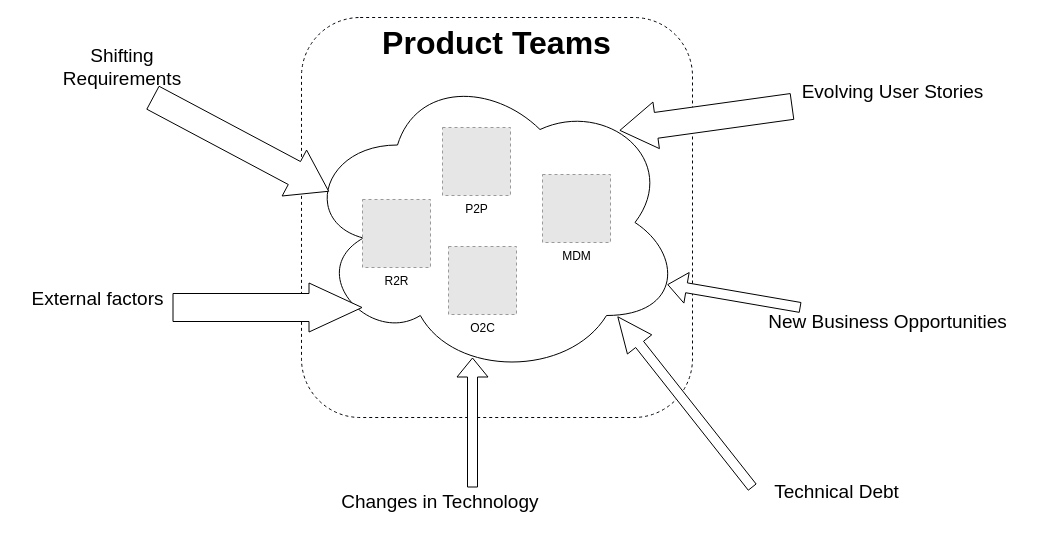
mrf742002/Diagrams keeps this draw.io diagram as page "Page-2" (2 of 2) of Architecture Governance.drawio. Above is the earlier version. Source tidied: cells renumbered, new cells numbered last; positions are measured from the earlier drawing's top-left corner, leaving out a move shared by most shapes. Both pictures are drawn from the tidied source at 100%, with x=0, y=0 at pixel (22, 17). Pictures stored in the file or linked from it are replaced by grey dashed boxes.
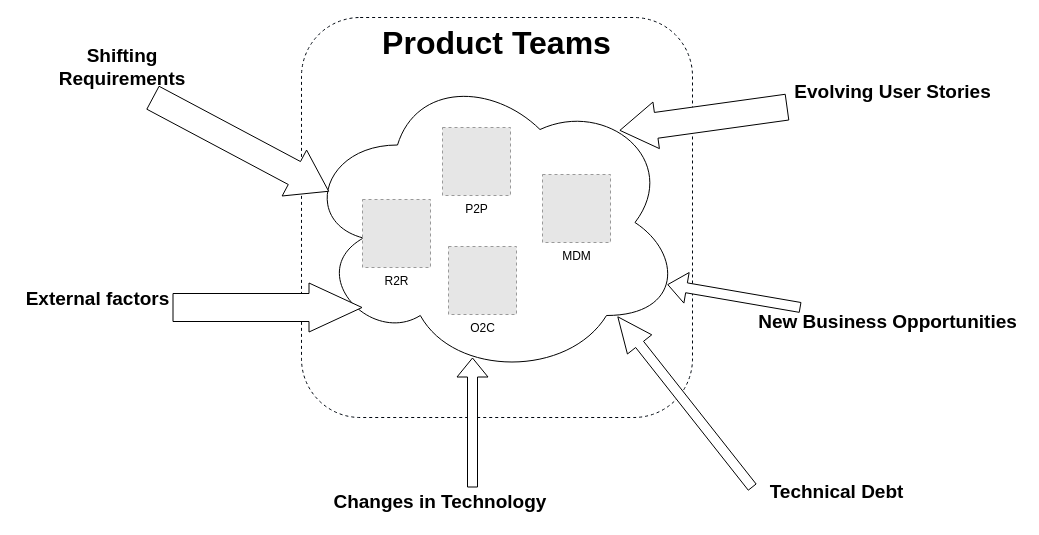
The same page after the edit.

The edit, as a diff of the source:
```diff
@@
-    <mxCell id="9" value="Shifting Requirements" style="text;html=1;strokeColor=none;fillColor=none;align=center;verticalAlign=middle;whiteSpace=wrap;rounded=0;fontSize=19;" parent="1" vertex="1">
+    <mxCell id="9" value="Shifting Requirements" style="text;html=1;strokeColor=none;fillColor=none;align=center;verticalAlign=middle;whiteSpace=wrap;rounded=0;fontSize=19;fontStyle=1;" parent="1" vertex="1">
       <mxGeometry x="80" y="40" width="40" height="20" as="geometry" />
     </mxCell>
-    <mxCell id="10" value="New Business Opportunities" style="text;html=1;align=center;verticalAlign=middle;points=[];fontSize=19;" parent="1" vertex="1">
-      <mxGeometry x="740" y="290" width="250" height="30" as="geometry" />
+    <mxCell id="10" value="New Business Opportunities" style="text;html=1;align=center;verticalAlign=middle;points=[];fontSize=19;fontStyle=1;" parent="1" vertex="1">
+      <mxGeometry x="730" y="290" width="270" height="30" as="geometry" />
     </mxCell>
-    <mxCell id="11" value="Evolving User Stories" style="text;html=1;align=center;verticalAlign=middle;points=[];fontSize=19;" parent="1" vertex="1">
-      <mxGeometry x="770" y="60" width="200" height="30" as="geometry" />
+    <mxCell id="11" value="Evolving User Stories" style="text;html=1;align=center;verticalAlign=middle;points=[];fontSize=19;fontStyle=1;" parent="1" vertex="1">
+      <mxGeometry x="765" y="60" width="210" height="30" as="geometry" />
     </mxCell>
-    <mxCell id="12" value="External factors" style="text;html=1;align=center;verticalAlign=middle;fontSize=19;" parent="1" vertex="1">
-      <mxGeometry y="267" width="150" height="30" as="geometry" />
+    <mxCell id="12" value="External factors" style="text;html=1;align=center;verticalAlign=middle;fontSize=19;fontStyle=1;" parent="1" vertex="1">
+      <mxGeometry x="-5" y="267" width="160" height="30" as="geometry" />
     </mxCell>
@@
-    <mxCell id="16" value="Changes in Technology&amp;nbsp;" style="text;html=1;align=center;verticalAlign=middle;fontSize=19;" parent="1" vertex="1">
-      <mxGeometry x="310" y="470" width="220" height="30" as="geometry" />
+    <mxCell id="16" value="Changes in Technology&amp;nbsp;" style="text;html=1;align=center;verticalAlign=middle;fontSize=19;fontStyle=1;" parent="1" vertex="1">
+      <mxGeometry x="305" y="470" width="230" height="30" as="geometry" />
     </mxCell>
@@
-    <mxCell id="18" value="Technical Debt" style="text;html=1;align=center;verticalAlign=middle;fontSize=19;" parent="1" vertex="1">
-      <mxGeometry x="744" y="460" width="140" height="30" as="geometry" />
+    <mxCell id="18" value="Technical Debt" style="text;html=1;align=center;verticalAlign=middle;fontSize=19;fontStyle=1;" parent="1" vertex="1">
+      <mxGeometry x="739" y="460" width="150" height="30" as="geometry" />
     </mxCell>
```
